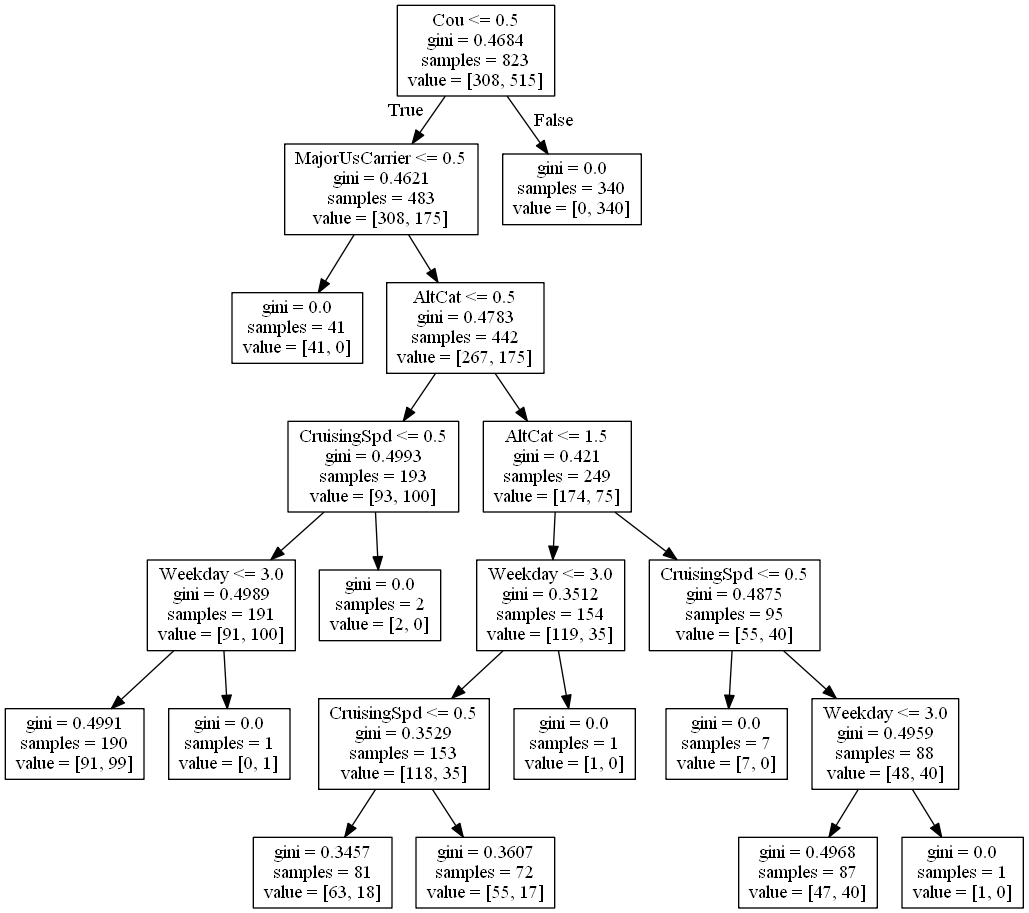
Before: Dots/gini_model_3.png, a diagram exported from Graphviz (RobLFord/FlightClassification). Its source is kept beside it as Dots/gini_model_3.dot.
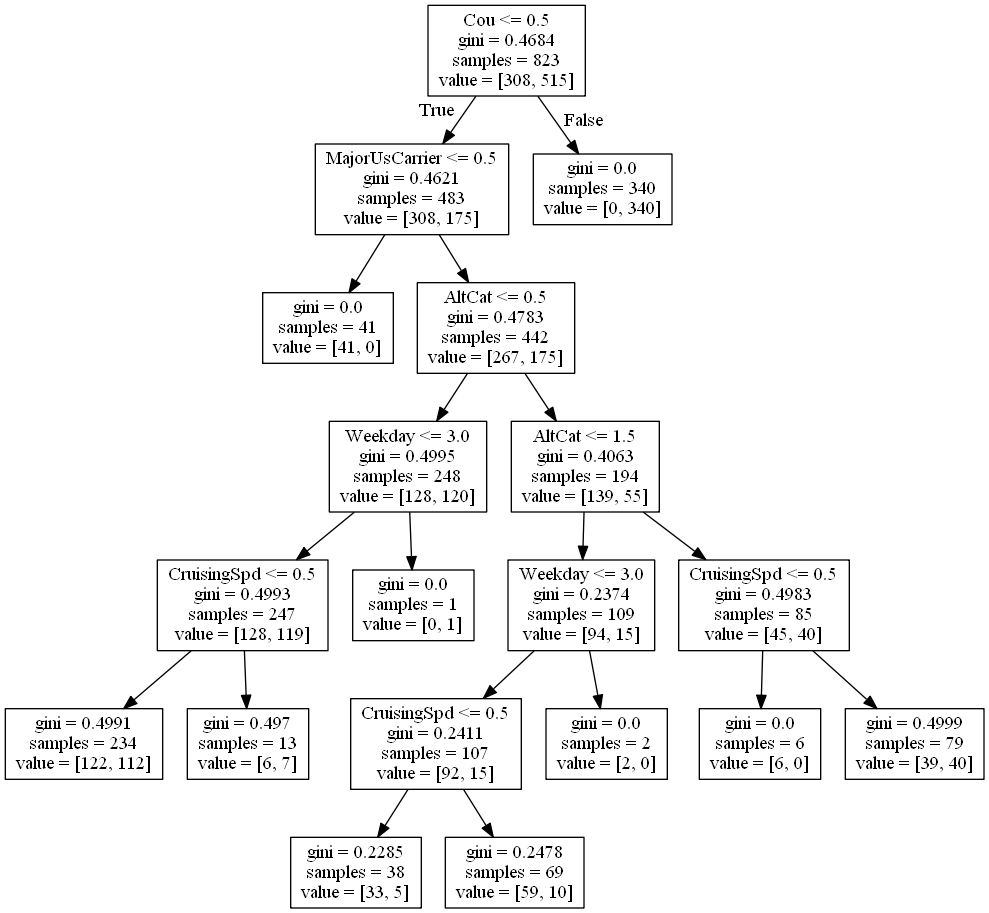
The same file after the commit.

Change to the diagram source:
```diff
@@ -7,38 +7,34 @@
 1 -> 2 ;
 3 [label="AltCat <= 0.5\ngini = 0.4783\nsamples = 442\nvalue = [267, 175]"] ;
 1 -> 3 ;
-4 [label="CruisingSpd <= 0.5\ngini = 0.4993\nsamples = 193\nvalue = [93, 100]"] ;
+4 [label="Weekday <= 3.0\ngini = 0.4995\nsamples = 248\nvalue = [128, 120]"] ;
 3 -> 4 ;
-5 [label="Weekday <= 3.0\ngini = 0.4989\nsamples = 191\nvalue = [91, 100]"] ;
+5 [label="CruisingSpd <= 0.5\ngini = 0.4993\nsamples = 247\nvalue = [128, 119]"] ;
 4 -> 5 ;
-6 [label="gini = 0.4991\nsamples = 190\nvalue = [91, 99]"] ;
+6 [label="gini = 0.4991\nsamples = 234\nvalue = [122, 112]"] ;
 5 -> 6 ;
-7 [label="gini = 0.0\nsamples = 1\nvalue = [0, 1]"] ;
+7 [label="gini = 0.497\nsamples = 13\nvalue = [6, 7]"] ;
 5 -> 7 ;
-8 [label="gini = 0.0\nsamples = 2\nvalue = [2, 0]"] ;
+8 [label="gini = 0.0\nsamples = 1\nvalue = [0, 1]"] ;
 4 -> 8 ;
-9 [label="AltCat <= 1.5\ngini = 0.421\nsamples = 249\nvalue = [174, 75]"] ;
+9 [label="AltCat <= 1.5\ngini = 0.4063\nsamples = 194\nvalue = [139, 55]"] ;
 3 -> 9 ;
-10 [label="Weekday <= 3.0\ngini = 0.3512\nsamples = 154\nvalue = [119, 35]"] ;
+10 [label="Weekday <= 3.0\ngini = 0.2374\nsamples = 109\nvalue = [94, 15]"] ;
 9 -> 10 ;
-11 [label="CruisingSpd <= 0.5\ngini = 0.3529\nsamples = 153\nvalue = [118, 35]"] ;
+11 [label="CruisingSpd <= 0.5\ngini = 0.2411\nsamples = 107\nvalue = [92, 15]"] ;
 10 -> 11 ;
-12 [label="gini = 0.3457\nsamples = 81\nvalue = [63, 18]"] ;
+12 [label="gini = 0.2285\nsamples = 38\nvalue = [33, 5]"] ;
 11 -> 12 ;
-13 [label="gini = 0.3607\nsamples = 72\nvalue = [55, 17]"] ;
+13 [label="gini = 0.2478\nsamples = 69\nvalue = [59, 10]"] ;
 11 -> 13 ;
-14 [label="gini = 0.0\nsamples = 1\nvalue = [1, 0]"] ;
+14 [label="gini = 0.0\nsamples = 2\nvalue = [2, 0]"] ;
 10 -> 14 ;
-15 [label="CruisingSpd <= 0.5\ngini = 0.4875\nsamples = 95\nvalue = [55, 40]"] ;
+15 [label="CruisingSpd <= 0.5\ngini = 0.4983\nsamples = 85\nvalue = [45, 40]"] ;
 9 -> 15 ;
-16 [label="gini = 0.0\nsamples = 7\nvalue = [7, 0]"] ;
+16 [label="gini = 0.0\nsamples = 6\nvalue = [6, 0]"] ;
 15 -> 16 ;
-17 [label="Weekday <= 3.0\ngini = 0.4959\nsamples = 88\nvalue = [48, 40]"] ;
+17 [label="gini = 0.4999\nsamples = 79\nvalue = [39, 40]"] ;
 15 -> 17 ;
-18 [label="gini = 0.4968\nsamples = 87\nvalue = [47, 40]"] ;
-17 -> 18 ;
-19 [label="gini = 0.0\nsamples = 1\nvalue = [1, 0]"] ;
-17 -> 19 ;
-20 [label="gini = 0.0\nsamples = 340\nvalue = [0, 340]"] ;
-0 -> 20 [labeldistance=2.5, labelangle=-45, headlabel="False"] ;
+18 [label="gini = 0.0\nsamples = 340\nvalue = [0, 340]"] ;
+0 -> 18 [labeldistance=2.5, labelangle=-45, headlabel="False"] ;
 }
```
